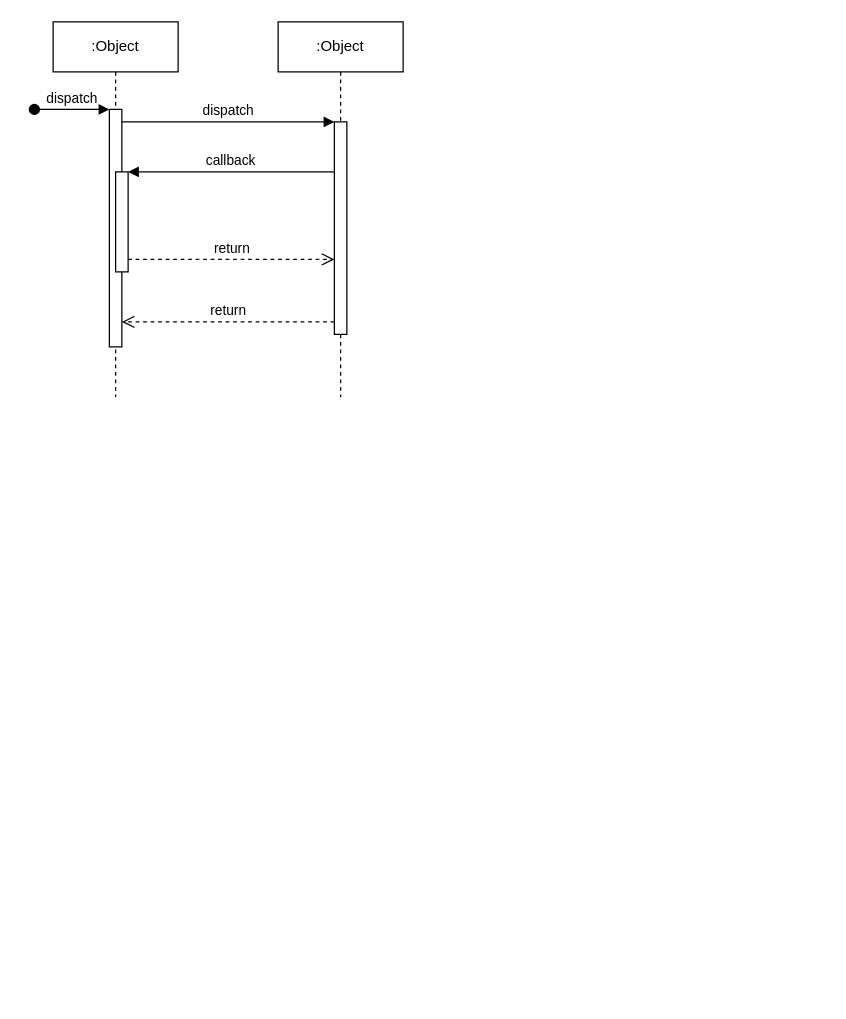
notdu/DTouch keeps this draw.io diagram as Untitled Diagram.drawio. Above is the earlier version. Source tidied: cells renumbered, new cells numbered last; positions are measured from the earlier drawing's top-left corner, leaving out a move shared by most shapes. Both pictures are drawn from the tidied source at 125%, with x=0, y=0 at pixel (34, 21). Pictures stored in the file or linked from it are replaced by grey dashed boxes.
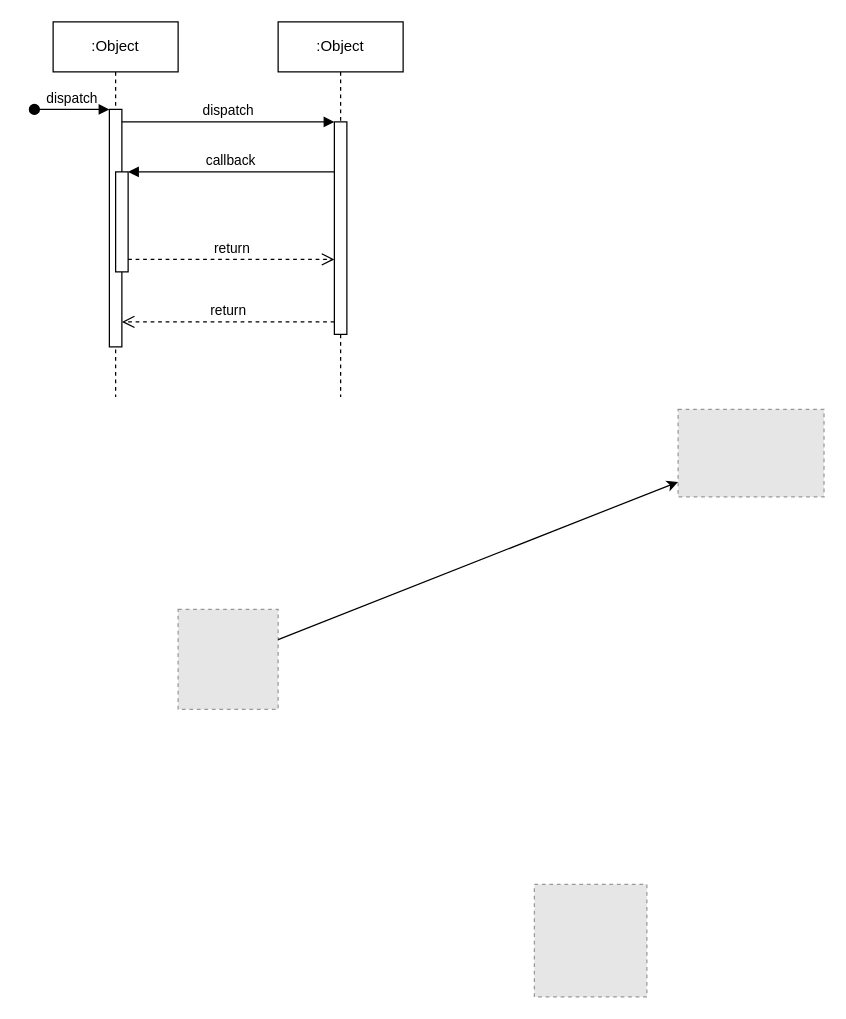
The same page after the edit.

The edit, as a diff of the source:
```diff
@@
+    <mxCell id="12" style="fillColor=#E6E6E6;strokeColor=#999999;dashed=1;verticalLabelPosition=bottom;labelBackgroundColor=default;verticalAlign=top;" parent="1" vertex="1">
+      <mxGeometry x="400" y="690" width="90" height="90" as="geometry" />
+    </mxCell>
+    <mxCell id="13" style="fillColor=#E6E6E6;strokeColor=#999999;dashed=1;verticalLabelPosition=bottom;labelBackgroundColor=default;verticalAlign=top;" parent="1" vertex="1">
+      <mxGeometry x="115" y="470" width="80" height="80" as="geometry" />
+    </mxCell>
+    <mxCell id="14" style="fillColor=#E6E6E6;strokeColor=#999999;dashed=1;verticalLabelPosition=bottom;labelBackgroundColor=default;verticalAlign=top;" parent="1" vertex="1">
+      <mxGeometry x="515" y="310" width="116.7" height="70" as="geometry" />
+    </mxCell>
+    <mxCell id="15" style="endArrow=classic;html=1;rounded=0;" parent="1" edge="1" source="13" target="14">
+      <mxGeometry relative="1" as="geometry" />
+    </mxCell>
```
